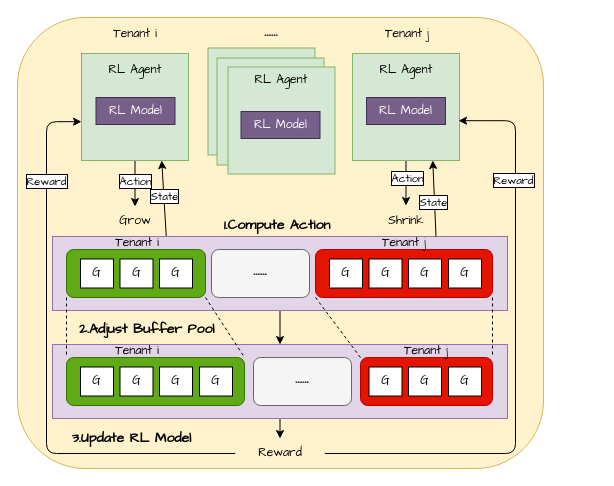
The draw.io diagram 未命名绘图.drawio in K111DK/Network-utils, before the edit. Source tidied: cells renumbered, new cells numbered last; positions are measured from the earlier drawing's top-left corner, leaving out a move shared by most shapes. Both pictures are drawn from the tidied source at 100%, with x=0, y=0 at pixel (17, 17).
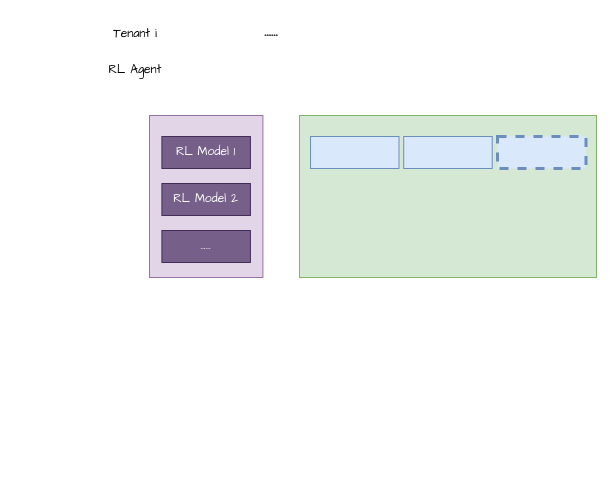
Above is the later version.

Commit message:
更新未命名绘图.drawio

Change to the diagram source:
```diff
@@
-    <mxCell id="2" style="rounded=1;whiteSpace=wrap;html=1;fillColor=#fff2cc;strokeColor=#d6b656;" parent="1" vertex="1">
-      <mxGeometry width="526" height="451" as="geometry" />
-    </mxCell>
-    <mxCell id="3" style="edgeStyle=orthogonalEdgeStyle;rounded=0;orthogonalLoop=1;jettySize=auto;html=1;exitX=0.25;exitY=0;exitDx=0;exitDy=0;fontFamily=Comic Sans MS;" parent="1" edge="1">
-      <mxGeometry relative="1" as="geometry">
-        <mxPoint x="121" y="174" as="sourcePoint" />
-        <mxPoint x="120.9" y="173.8" as="targetPoint" />
-      </mxGeometry>
-    </mxCell>
-    <mxCell id="4" style="edgeStyle=orthogonalEdgeStyle;rounded=0;jettySize=auto;html=1;exitX=0.5;exitY=1;exitDx=0;exitDy=0;entryX=0.5;entryY=0;entryDx=0;entryDy=0;fontFamily=Comic Sans MS;" parent="1" edge="1" source="7" target="19">
-      <mxGeometry relative="1" as="geometry" />
-    </mxCell>
-    <mxCell id="5" style="rounded=0;jettySize=auto;html=1;exitX=0.25;exitY=0;exitDx=0;exitDy=0;entryX=0.75;entryY=1;entryDx=0;entryDy=0;fontFamily=Comic Sans MS;" parent="1" edge="1" source="7" target="38">
-      <mxGeometry relative="1" as="geometry" />
-    </mxCell>
-    <mxCell id="6" value="State" style="edgeLabel;html=1;align=center;verticalAlign=middle;fontFamily=Comic Sans MS;labelBorderColor=default;" parent="5" vertex="1">
-      <mxGeometry x="0.08" relative="1" as="geometry" />
-    </mxCell>
-    <mxCell id="7" style="rounded=0;whiteSpace=wrap;html=1;fillColor=#e1d5e7;strokeColor=#9673a6;fontFamily=Comic Sans MS;" parent="1" vertex="1">
-      <mxGeometry x="35" y="219" width="455" height="74" as="geometry" />
-    </mxCell>
-    <mxCell id="8" style="rounded=1;whiteSpace=wrap;html=1;fillColor=#60a917;strokeColor=#2D7600;fontColor=#ffffff;fontFamily=Comic Sans MS;" parent="1" vertex="1">
-      <mxGeometry x="49" y="232" width="139" height="48" as="geometry" />
-    </mxCell>
-    <mxCell id="9" value="G" style="rounded=0;whiteSpace=wrap;html=1;fontFamily=Comic Sans MS;" parent="1" vertex="1">
-      <mxGeometry x="63" y="241.5" width="33" height="29" as="geometry" />
-    </mxCell>
-    <mxCell id="10" value="G" style="rounded=0;whiteSpace=wrap;html=1;fontFamily=Comic Sans MS;" parent="1" vertex="1">
-      <mxGeometry x="102.5" y="241.5" width="33" height="29" as="geometry" />
-    </mxCell>
-    <mxCell id="11" value="G" style="rounded=0;whiteSpace=wrap;html=1;fontFamily=Comic Sans MS;" parent="1" vertex="1">
-      <mxGeometry x="142" y="241.5" width="33" height="29" as="geometry" />
-    </mxCell>
-    <mxCell id="12" style="rounded=1;whiteSpace=wrap;html=1;fillColor=#e51400;strokeColor=#B20000;fontColor=#ffffff;fontFamily=Comic Sans MS;" parent="1" vertex="1">
-      <mxGeometry x="298" y="232" width="177" height="48" as="geometry" />
-    </mxCell>
-    <mxCell id="13" value="G" style="rounded=0;whiteSpace=wrap;html=1;fontFamily=Comic Sans MS;" parent="1" vertex="1">
-      <mxGeometry x="312" y="241.5" width="33" height="29" as="geometry" />
-    </mxCell>
-    <mxCell id="14" value="G" style="rounded=0;whiteSpace=wrap;html=1;fontFamily=Comic Sans MS;" parent="1" vertex="1">
-      <mxGeometry x="351.5" y="241.5" width="33" height="29" as="geometry" />
-    </mxCell>
-    <mxCell id="15" value="G" style="rounded=0;whiteSpace=wrap;html=1;fontFamily=Comic Sans MS;" parent="1" vertex="1">
-      <mxGeometry x="391" y="241.5" width="33" height="29" as="geometry" />
-    </mxCell>
-    <mxCell id="16" value="G" style="rounded=0;whiteSpace=wrap;html=1;fontFamily=Comic Sans MS;" parent="1" vertex="1">
-      <mxGeometry x="431" y="241.5" width="33" height="29" as="geometry" />
-    </mxCell>
-    <mxCell id="17" value="&lt;span style=&quot;font-size: 16px;&quot;&gt;&lt;b&gt;·&lt;/b&gt;&lt;/span&gt;&lt;b style=&quot;font-size: 16px;&quot;&gt;·&lt;/b&gt;&lt;b style=&quot;font-size: 16px;&quot;&gt;·&lt;/b&gt;&lt;b style=&quot;font-size: 16px;&quot;&gt;·&lt;/b&gt;&lt;b style=&quot;font-size: 16px;&quot;&gt;·&lt;/b&gt;&lt;b style=&quot;font-size: 16px;&quot;&gt;·&lt;/b&gt;" style="rounded=1;whiteSpace=wrap;html=1;fillColor=#f5f5f5;fontColor=#333333;strokeColor=#666666;fontFamily=Comic Sans MS;" parent="1" vertex="1">
-      <mxGeometry x="194" y="232" width="98" height="48" as="geometry" />
-    </mxCell>
-    <mxCell id="18" style="edgeStyle=orthogonalEdgeStyle;rounded=0;jettySize=auto;html=1;exitX=0.5;exitY=1;exitDx=0;exitDy=0;fontFamily=Comic Sans MS;" parent="1" edge="1" source="19" target="46">
-      <mxGeometry relative="1" as="geometry" />
-    </mxCell>
-    <mxCell id="19" style="rounded=0;whiteSpace=wrap;html=1;fillColor=#e1d5e7;strokeColor=#9673a6;fontFamily=Comic Sans MS;" parent="1" vertex="1">
-      <mxGeometry x="35" y="327" width="455" height="74" as="geometry" />
-    </mxCell>
-    <mxCell id="20" style="rounded=1;whiteSpace=wrap;html=1;fillColor=#60a917;strokeColor=#2D7600;fontColor=#ffffff;fontFamily=Comic Sans MS;" parent="1" vertex="1">
-      <mxGeometry x="49" y="340" width="178" height="48" as="geometry" />
-    </mxCell>
-    <mxCell id="21" value="G" style="rounded=0;whiteSpace=wrap;html=1;fontFamily=Comic Sans MS;" parent="1" vertex="1">
-      <mxGeometry x="63" y="349.5" width="33" height="29" as="geometry" />
-    </mxCell>
-    <mxCell id="22" value="G" style="rounded=0;whiteSpace=wrap;html=1;fontFamily=Comic Sans MS;" parent="1" vertex="1">
-      <mxGeometry x="102.5" y="349.5" width="33" height="29" as="geometry" />
-    </mxCell>
-    <mxCell id="23" value="G" style="rounded=0;whiteSpace=wrap;html=1;fontFamily=Comic Sans MS;" parent="1" vertex="1">
-      <mxGeometry x="142" y="349.5" width="33" height="29" as="geometry" />
-    </mxCell>
-    <mxCell id="24" style="rounded=1;whiteSpace=wrap;html=1;fillColor=#e51400;strokeColor=#B20000;fontColor=#ffffff;fontFamily=Comic Sans MS;" parent="1" vertex="1">
-      <mxGeometry x="343" y="340" width="132" height="48" as="geometry" />
-    </mxCell>
-    <mxCell id="25" value="G" style="rounded=0;whiteSpace=wrap;html=1;fontFamily=Comic Sans MS;" parent="1" vertex="1">
-      <mxGeometry x="351.5" y="349.5" width="33" height="29" as="geometry" />
-    </mxCell>
-    <mxCell id="26" value="G" style="rounded=0;whiteSpace=wrap;html=1;fontFamily=Comic Sans MS;" parent="1" vertex="1">
-      <mxGeometry x="391" y="349.5" width="33" height="29" as="geometry" />
-    </mxCell>
-    <mxCell id="27" value="G" style="rounded=0;whiteSpace=wrap;html=1;fontFamily=Comic Sans MS;" parent="1" vertex="1">
-      <mxGeometry x="431" y="349.5" width="33" height="29" as="geometry" />
-    </mxCell>
-    <mxCell id="28" value="&lt;span style=&quot;font-size: 16px;&quot;&gt;&lt;b&gt;·&lt;/b&gt;&lt;/span&gt;&lt;b style=&quot;font-size: 16px;&quot;&gt;·&lt;/b&gt;&lt;b style=&quot;font-size: 16px;&quot;&gt;·&lt;/b&gt;&lt;b style=&quot;font-size: 16px;&quot;&gt;·&lt;/b&gt;&lt;b style=&quot;font-size: 16px;&quot;&gt;·&lt;/b&gt;&lt;b style=&quot;font-size: 16px;&quot;&gt;·&lt;/b&gt;" style="rounded=1;whiteSpace=wrap;html=1;fillColor=#f5f5f5;fontColor=#333333;strokeColor=#666666;fontFamily=Comic Sans MS;" parent="1" vertex="1">
-      <mxGeometry x="236" y="340" width="98" height="48" as="geometry" />
-    </mxCell>
-    <mxCell id="29" value="G" style="rounded=0;whiteSpace=wrap;html=1;fontFamily=Comic Sans MS;" parent="1" vertex="1">
-      <mxGeometry x="182" y="349.5" width="33" height="29" as="geometry" />
-    </mxCell>
-    <mxCell id="30" style="rounded=0;jettySize=auto;html=1;exitX=0;exitY=1;exitDx=0;exitDy=0;entryX=0;entryY=0;entryDx=0;entryDy=0;endArrow=none;endFill=0;dashed=1;fontFamily=Comic Sans MS;" parent="1" edge="1" source="8" target="20">
-      <mxGeometry relative="1" as="geometry" />
-    </mxCell>
-    <mxCell id="31" style="rounded=0;jettySize=auto;html=1;exitX=1;exitY=1;exitDx=0;exitDy=0;entryX=1;entryY=0;entryDx=0;entryDy=0;endArrow=none;endFill=0;dashed=1;fontFamily=Comic Sans MS;" parent="1" edge="1" source="8" target="20">
-      <mxGeometry relative="1" as="geometry" />
-    </mxCell>
-    <mxCell id="32" style="rounded=0;jettySize=auto;html=1;exitX=0;exitY=1;exitDx=0;exitDy=0;entryX=0;entryY=0;entryDx=0;entryDy=0;endArrow=none;endFill=0;dashed=1;fontFamily=Comic Sans MS;" parent="1" edge="1" source="12" target="24">
-      <mxGeometry relative="1" as="geometry" />
-    </mxCell>
-    <mxCell id="33" style="rounded=0;jettySize=auto;html=1;exitX=1;exitY=1;exitDx=0;exitDy=0;entryX=1;entryY=0;entryDx=0;entryDy=0;endArrow=none;endFill=0;dashed=1;fontFamily=Comic Sans MS;" parent="1" edge="1" source="12" target="24">
-      <mxGeometry relative="1" as="geometry" />
-    </mxCell>
+    <mxCell id="68" style="rounded=0;whiteSpace=wrap;html=1;fillColor=#e1d5e7;strokeColor=#9673a6;" parent="1" vertex="1">
+      <mxGeometry x="132" y="98" width="113.4" height="162" as="geometry" />
+    </mxCell>
@@
-    <mxCell id="35" value="Tenant j" style="text;html=1;whiteSpace=wrap;strokeColor=none;fillColor=none;align=center;verticalAlign=middle;rounded=0;fontFamily=Comic Sans MS;" parent="1" vertex="1">
-      <mxGeometry x="335" y="10" width="110" height="14" as="geometry" />
-    </mxCell>
-    <mxCell id="36" style="edgeStyle=orthogonalEdgeStyle;rounded=0;jettySize=auto;html=1;exitX=0.5;exitY=1;exitDx=0;exitDy=0;entryX=0.5;entryY=0;entryDx=0;entryDy=0;fontFamily=Comic Sans MS;" parent="1" edge="1" source="38" target="47">
-      <mxGeometry relative="1" as="geometry" />
-    </mxCell>
-    <mxCell id="37" value="Action" style="edgeLabel;html=1;align=center;verticalAlign=middle;fontFamily=Comic Sans MS;labelBorderColor=default;" parent="36" vertex="1">
-      <mxGeometry x="-0.13" relative="1" as="geometry" />
-    </mxCell>
-    <mxCell id="38" style="whiteSpace=wrap;html=1;align=center;fillColor=#d5e8d4;strokeColor=#82b366;fontFamily=Comic Sans MS;" parent="1" vertex="1">
-      <mxGeometry x="64" y="36" width="107" height="107" as="geometry" />
-    </mxCell>
@@
-    <mxCell id="40" value="RL Model" style="rounded=0;whiteSpace=wrap;html=1;fillColor=#76608a;fontColor=#ffffff;strokeColor=#432D57;fontFamily=Comic Sans MS;" parent="1" vertex="1">
-      <mxGeometry x="78.5" y="80" width="79" height="27" as="geometry" />
+    <mxCell id="40" value="RL Model 1" style="rounded=0;whiteSpace=wrap;html=1;fillColor=#76608a;fontColor=#ffffff;strokeColor=#432D57;fontFamily=Comic Sans MS;" parent="1" vertex="1">
+      <mxGeometry x="144.4" y="119" width="88.5" height="32" as="geometry" />
     </mxCell>
-    <mxCell id="41" style="edgeStyle=orthogonalEdgeStyle;rounded=0;jettySize=auto;html=1;exitX=0.5;exitY=1;exitDx=0;exitDy=0;entryX=0.5;entryY=0;entryDx=0;entryDy=0;fontFamily=Comic Sans MS;" parent="1" edge="1" source="43" target="50">
-      <mxGeometry relative="1" as="geometry" />
-    </mxCell>
-    <mxCell id="42" value="Action" style="edgeLabel;html=1;align=center;verticalAlign=middle;fontFamily=Comic Sans MS;labelBorderColor=default;" parent="41" vertex="1">
-      <mxGeometry x="-0.24" y="1" relative="1" as="geometry" />
-    </mxCell>
-    <mxCell id="43" style="whiteSpace=wrap;html=1;align=center;fillColor=#d5e8d4;strokeColor=#82b366;fontFamily=Comic Sans MS;" parent="1" vertex="1">
-      <mxGeometry x="335" y="36" width="107" height="107" as="geometry" />
-    </mxCell>
-    <mxCell id="44" value="RL Agent" style="text;html=1;whiteSpace=wrap;strokeColor=none;fillColor=none;align=center;verticalAlign=middle;rounded=0;fontFamily=Comic Sans MS;" parent="1" vertex="1">
-      <mxGeometry x="334" y="46" width="110" height="14" as="geometry" />
-    </mxCell>
-    <mxCell id="45" value="RL Model" style="rounded=0;whiteSpace=wrap;html=1;fillColor=#76608a;fontColor=#ffffff;strokeColor=#432D57;fontFamily=Comic Sans MS;" parent="1" vertex="1">
-      <mxGeometry x="349" y="80" width="79" height="27" as="geometry" />
-    </mxCell>
-    <mxCell id="46" value="Reward" style="text;html=1;whiteSpace=wrap;strokeColor=none;fillColor=none;align=center;verticalAlign=middle;rounded=1;fontFamily=Comic Sans MS;" parent="1" vertex="1">
-      <mxGeometry x="217.8" y="421" width="89.5" height="30" as="geometry" />
-    </mxCell>
-    <mxCell id="47" value="Grow" style="text;html=1;whiteSpace=wrap;strokeColor=none;fillColor=none;align=center;verticalAlign=middle;rounded=0;fontFamily=Comic Sans MS;" parent="1" vertex="1">
-      <mxGeometry x="87.5" y="189" width="60" height="30" as="geometry" />
-    </mxCell>
-    <mxCell id="48" style="rounded=0;jettySize=auto;html=1;exitX=1;exitY=1;exitDx=0;exitDy=0;entryX=0.75;entryY=1;entryDx=0;entryDy=0;fontFamily=Comic Sans MS;" parent="1" edge="1" source="50" target="43">
-      <mxGeometry relative="1" as="geometry" />
-    </mxCell>
-    <mxCell id="49" value="State" style="edgeLabel;html=1;align=center;verticalAlign=middle;fontFamily=Comic Sans MS;labelBackgroundColor=default;labelBorderColor=default;" parent="48" vertex="1">
-      <mxGeometry x="-0.08" y="2" relative="1" as="geometry" />
-    </mxCell>
-    <mxCell id="50" value="Shrink" style="text;html=1;whiteSpace=wrap;strokeColor=none;fillColor=none;align=center;verticalAlign=middle;rounded=0;fontFamily=Comic Sans MS;" parent="1" vertex="1">
-      <mxGeometry x="358.5" y="188" width="60" height="31" as="geometry" />
-    </mxCell>
@@
-    <mxCell id="52" value="&lt;font style=&quot;font-size: 14px;&quot;&gt;&lt;b&gt;2.Adjust Buffer Pool&lt;/b&gt;&lt;/font&gt;" style="text;html=1;whiteSpace=wrap;strokeColor=none;fillColor=none;align=left;verticalAlign=middle;rounded=0;fontFamily=Comic Sans MS;" parent="1" vertex="1">
-      <mxGeometry x="60" y="297" width="147" height="30" as="geometry" />
-    </mxCell>
-    <mxCell id="53" value="Tenant i" style="text;html=1;whiteSpace=wrap;strokeColor=none;fillColor=none;align=center;verticalAlign=middle;rounded=0;fontFamily=Comic Sans MS;" parent="1" vertex="1">
-      <mxGeometry x="65" y="219" width="110" height="14" as="geometry" />
-    </mxCell>
-    <mxCell id="54" value="Tenant i" style="text;html=1;whiteSpace=wrap;strokeColor=none;fillColor=none;align=center;verticalAlign=middle;rounded=0;fontFamily=Comic Sans MS;" parent="1" vertex="1">
-      <mxGeometry x="65" y="327" width="110" height="14" as="geometry" />
-    </mxCell>
-    <mxCell id="55" value="Tenant j" style="text;html=1;whiteSpace=wrap;strokeColor=none;fillColor=none;align=center;verticalAlign=middle;rounded=0;fontFamily=Comic Sans MS;" parent="1" vertex="1">
-      <mxGeometry x="331.5" y="219" width="110" height="14" as="geometry" />
-    </mxCell>
-    <mxCell id="56" value="Tenant j" style="text;html=1;whiteSpace=wrap;strokeColor=none;fillColor=none;align=center;verticalAlign=middle;rounded=0;fontFamily=Comic Sans MS;" parent="1" vertex="1">
-      <mxGeometry x="354" y="327" width="110" height="14" as="geometry" />
-    </mxCell>
-    <mxCell id="57" value="&lt;font style=&quot;font-size: 14px;&quot;&gt;&lt;b&gt;1.Compute Action&lt;/b&gt;&lt;/font&gt;" style="text;html=1;whiteSpace=wrap;strokeColor=none;fillColor=none;align=center;verticalAlign=middle;rounded=0;fontFamily=Comic Sans MS;" parent="1" vertex="1">
-      <mxGeometry x="169.5" y="193" width="179.5" height="30" as="geometry" />
-    </mxCell>
-    <mxCell id="58" value="&lt;font style=&quot;font-size: 14px;&quot;&gt;&lt;b&gt;3.Update RL Model&lt;/b&gt;&lt;/font&gt;" style="text;html=1;whiteSpace=wrap;strokeColor=none;fillColor=none;align=center;verticalAlign=middle;rounded=0;fontFamily=Comic Sans MS;" parent="1" vertex="1">
-      <mxGeometry x="17.5" y="406" width="193" height="30" as="geometry" />
-    </mxCell>
-    <mxCell id="59" style="whiteSpace=wrap;html=1;align=center;fillColor=#d5e8d4;strokeColor=#82b366;fontFamily=Comic Sans MS;" parent="1" vertex="1">
-      <mxGeometry x="190.5" y="30.5" width="107" height="107" as="geometry" />
-    </mxCell>
-    <mxCell id="60" style="whiteSpace=wrap;html=1;align=center;fillColor=#d5e8d4;strokeColor=#82b366;fontFamily=Comic Sans MS;" parent="1" vertex="1">
-      <mxGeometry x="199.5" y="40.5" width="107" height="107" as="geometry" />
-    </mxCell>
-    <mxCell id="61" style="whiteSpace=wrap;html=1;align=center;fillColor=#d5e8d4;strokeColor=#82b366;fontFamily=Comic Sans MS;" parent="1" vertex="1">
-      <mxGeometry x="210.5" y="49.5" width="107" height="107" as="geometry" />
-    </mxCell>
-    <mxCell id="62" value="RL Model" style="rounded=0;whiteSpace=wrap;html=1;fillColor=#76608a;fontColor=#ffffff;strokeColor=#432D57;fontFamily=Comic Sans MS;" parent="1" vertex="1">
-      <mxGeometry x="223.5" y="94" width="79" height="27" as="geometry" />
-    </mxCell>
-    <mxCell id="63" value="RL Agent" style="text;html=1;whiteSpace=wrap;strokeColor=none;fillColor=none;align=center;verticalAlign=middle;rounded=0;fontFamily=Comic Sans MS;" parent="1" vertex="1">
-      <mxGeometry x="209" y="56" width="110" height="14" as="geometry" />
-    </mxCell>
-    <mxCell id="64" style="edgeStyle=orthogonalEdgeStyle;rounded=1;jettySize=auto;html=1;exitX=0;exitY=0.5;exitDx=0;exitDy=0;entryX=0;entryY=0.637;entryDx=0;entryDy=0;entryPerimeter=0;curved=0;" parent="1" edge="1" source="46" target="38">
-      <mxGeometry relative="1" as="geometry">
-        <Array as="points">
-          <mxPoint x="29" y="436" />
-          <mxPoint x="29" y="104" />
-        </Array>
-      </mxGeometry>
-    </mxCell>
-    <mxCell id="65" value="&lt;font face=&quot;Comic Sans MS&quot;&gt;Reward&lt;/font&gt;" style="edgeLabel;html=1;align=center;verticalAlign=middle;labelBorderColor=default;" parent="64" vertex="1">
-      <mxGeometry x="0.66" y="1" relative="1" as="geometry" />
-    </mxCell>
-    <mxCell id="66" style="edgeStyle=orthogonalEdgeStyle;rounded=1;jettySize=auto;html=1;exitX=1;exitY=0.5;exitDx=0;exitDy=0;entryX=0.991;entryY=0.628;entryDx=0;entryDy=0;entryPerimeter=0;curved=0;" parent="1" edge="1" source="46" target="43">
-      <mxGeometry relative="1" as="geometry">
-        <Array as="points">
-          <mxPoint x="498" y="436" />
-          <mxPoint x="498" y="103" />
-        </Array>
-      </mxGeometry>
-    </mxCell>
-    <mxCell id="67" value="&lt;font face=&quot;Comic Sans MS&quot;&gt;Reward&lt;/font&gt;" style="edgeLabel;html=1;align=center;verticalAlign=middle;labelBorderColor=default;" parent="66" vertex="1">
-      <mxGeometry x="0.6" y="3" relative="1" as="geometry" />
-    </mxCell>
+    <mxCell id="69" value="RL Model 2" style="rounded=0;whiteSpace=wrap;html=1;fillColor=#76608a;fontColor=#ffffff;strokeColor=#432D57;fontFamily=Comic Sans MS;" parent="1" vertex="1">
+      <mxGeometry x="144.4" y="166" width="88.5" height="32" as="geometry" />
+    </mxCell>
+    <mxCell id="70" value="......" style="rounded=0;whiteSpace=wrap;html=1;fillColor=#76608a;fontColor=#ffffff;strokeColor=#432D57;fontFamily=Comic Sans MS;" parent="1" vertex="1">
+      <mxGeometry x="144.4" y="213" width="88.5" height="32" as="geometry" />
+    </mxCell>
+    <mxCell id="71" style="rounded=0;whiteSpace=wrap;html=1;fillColor=#d5e8d4;strokeColor=#82b366;" parent="1" vertex="1">
+      <mxGeometry x="282" y="98" width="297" height="162" as="geometry" />
+    </mxCell>
+    <mxCell id="72" style="rounded=0;whiteSpace=wrap;html=1;fillColor=#dae8fc;strokeColor=#6c8ebf;fontFamily=Comic Sans MS;" parent="1" vertex="1">
+      <mxGeometry x="293" y="119" width="88.5" height="32" as="geometry" />
+    </mxCell>
+    <mxCell id="73" style="rounded=0;whiteSpace=wrap;html=1;fillColor=#dae8fc;strokeColor=#6c8ebf;fontFamily=Comic Sans MS;" parent="1" vertex="1">
+      <mxGeometry x="386.2" y="119" width="88.5" height="32" as="geometry" />
+    </mxCell>
+    <mxCell id="74" style="rounded=0;whiteSpace=wrap;html=1;fillColor=#dae8fc;strokeColor=#6c8ebf;fontFamily=Comic Sans MS;dashed=1;strokeWidth=3;" parent="1" vertex="1">
+      <mxGeometry x="480" y="119" width="88.5" height="32" as="geometry" />
+    </mxCell>
```
